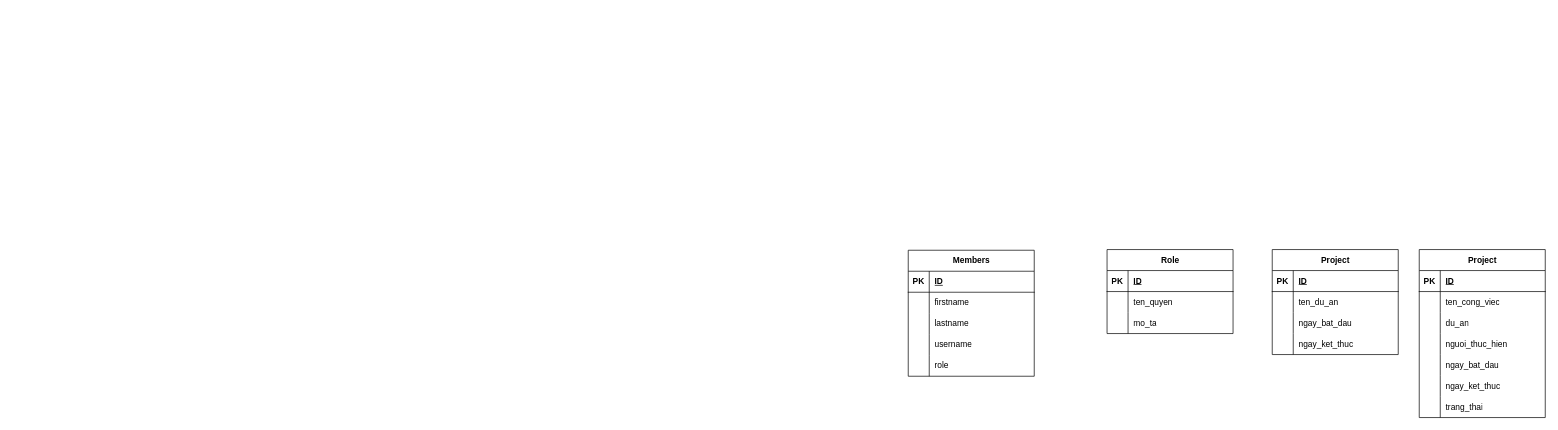
The draw.io diagram DataBase/Untitled Diagram.drawio in dangphuc1902/java_cybersoft, before the edit. Source tidied: cells renumbered, new cells numbered last; positions are measured from the earlier drawing's top-left corner, leaving out a move shared by most shapes. Both pictures are drawn from the tidied source at 70%, with x=0, y=0 at pixel (908, 249).
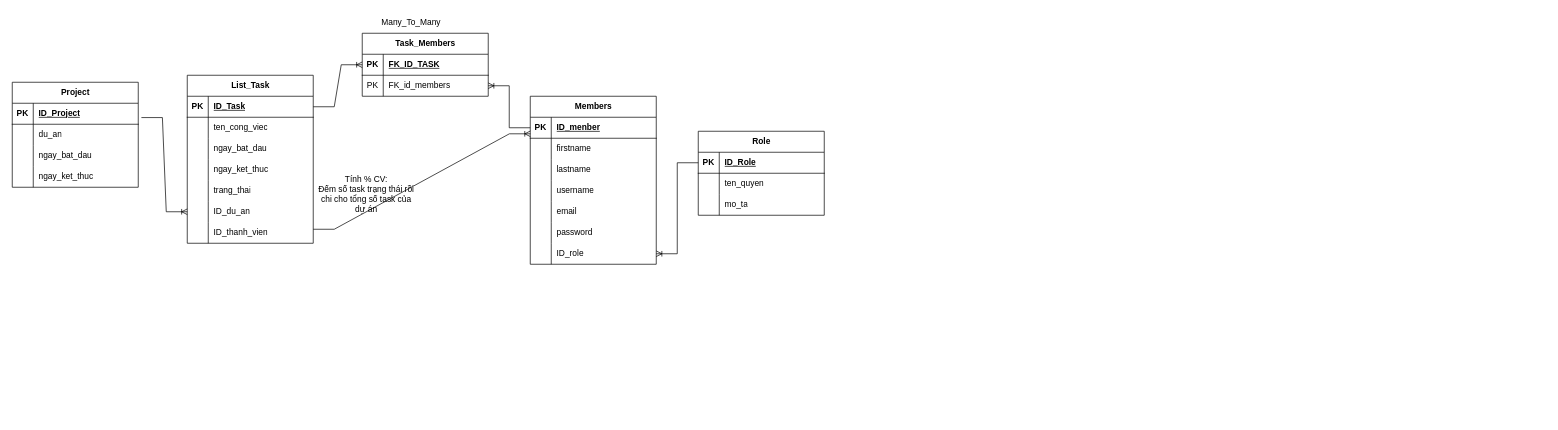
After the change.

The change refers to these unchanged cells:
```xml
<mxCell id="3" style="shape=tableRow;horizontal=0;startSize=0;swimlaneHead=0;swimlaneBody=0;fillColor=none;points=[[0,0.5],[1,0.5]];portConstraint=eastwest;top=0;left=0;right=0;bottom=1;" parent="2" vertex="1">
  <mxGeometry y="30" width="180" height="30" as="geometry" />
</mxCell>
<mxCell id="13" style="shape=tableRow;horizontal=0;startSize=0;swimlaneHead=0;swimlaneBody=0;fillColor=none;points=[[0,0.5],[1,0.5]];portConstraint=eastwest;top=0;left=0;right=0;bottom=1;" parent="12" vertex="1">
  <mxGeometry y="30" width="180" height="30" as="geometry" />
</mxCell>
<mxCell id="29" style="shape=tableRow;horizontal=0;startSize=0;swimlaneHead=0;swimlaneBody=0;fillColor=none;points=[[0,0.5],[1,0.5]];portConstraint=eastwest;top=0;left=0;right=0;bottom=1;" parent="28" vertex="1">
  <mxGeometry y="30" width="180" height="30" as="geometry" />
</mxCell>
<mxCell id="32" style="shape=tableRow;horizontal=0;startSize=0;swimlaneHead=0;swimlaneBody=0;fillColor=none;top=0;left=0;right=0;bottom=0;" parent="28" vertex="1">
  <mxGeometry y="60" width="180" height="30" as="geometry" />
</mxCell>
<mxCell id="42" style="shape=tableRow;horizontal=0;startSize=0;swimlaneHead=0;swimlaneBody=0;fillColor=none;points=[[0,0.5],[1,0.5]];portConstraint=eastwest;top=0;left=0;right=0;bottom=1;" parent="41" vertex="1">
  <mxGeometry y="30" width="180" height="30" as="geometry" />
</mxCell>
```

What changed in the source:
```diff
@@
     <mxCell id="2" value="Role" style="shape=table;startSize=30;childLayout=tableLayout;rowLines=0;fontStyle=1;align=center;html=1;" parent="1" vertex="1">
-      <mxGeometry x="284" width="180" height="120" as="geometry" />
+      <mxGeometry x="-300" y="-169" width="180" height="120" as="geometry" />
     </mxCell>
@@
-    <mxCell id="5" value="ID" style="shape=partialRectangle;fillColor=none;top=0;left=0;bottom=0;right=0;align=left;spacingLeft=6;fontStyle=5;overflow=hidden;whiteSpace=wrap;html=1;" parent="3" vertex="1">
+    <mxCell id="5" value="ID_Role" style="shape=partialRectangle;fillColor=none;top=0;left=0;bottom=0;right=0;align=left;spacingLeft=6;fontStyle=5;overflow=hidden;whiteSpace=wrap;html=1;" parent="3" vertex="1">
       <mxGeometry x="30" width="150" height="30" as="geometry" />
     </mxCell>
@@
     <mxCell id="12" value="Members" style="shape=table;startSize=30;childLayout=tableLayout;rowLines=0;fontStyle=1;align=center;html=1;" parent="1" vertex="1">
-      <mxGeometry y="1" width="180" height="180" as="geometry" />
+      <mxGeometry x="-540" y="-219" width="180" height="240" as="geometry" />
     </mxCell>
@@
-    <mxCell id="15" value="ID" style="shape=partialRectangle;fillColor=none;top=0;left=0;bottom=0;right=0;align=left;spacingLeft=6;fontStyle=5;overflow=hidden;whiteSpace=wrap;html=1;" parent="13" vertex="1">
+    <mxCell id="15" value="ID_menber" style="shape=partialRectangle;fillColor=none;top=0;left=0;bottom=0;right=0;align=left;spacingLeft=6;fontStyle=5;overflow=hidden;whiteSpace=wrap;html=1;" parent="13" vertex="1">
       <mxGeometry x="30" width="150" height="30" as="geometry" />
     </mxCell>
@@
+    <mxCell id="51" style="shape=tableRow;horizontal=0;startSize=0;swimlaneHead=0;swimlaneBody=0;fillColor=none;top=0;left=0;right=0;bottom=0;" parent="12" vertex="1">
+      <mxGeometry y="120" width="180" height="30" as="geometry" />
+    </mxCell>
+    <mxCell id="63" style="shape=partialRectangle;fillColor=none;top=0;left=0;bottom=0;right=0;overflow=hidden;whiteSpace=wrap;html=1;" parent="51" vertex="1">
+      <mxGeometry width="30" height="30" as="geometry" />
+    </mxCell>
+    <mxCell id="64" value="username" style="shape=partialRectangle;fillColor=none;top=0;left=0;bottom=0;right=0;align=left;spacingLeft=6;overflow=hidden;whiteSpace=wrap;html=1;" parent="51" vertex="1">
+      <mxGeometry x="30" width="150" height="30" as="geometry" />
+    </mxCell>
+    <mxCell id="65" style="shape=tableRow;horizontal=0;startSize=0;swimlaneHead=0;swimlaneBody=0;fillColor=none;top=0;left=0;right=0;bottom=0;" parent="12" vertex="1">
+      <mxGeometry y="150" width="180" height="30" as="geometry" />
+    </mxCell>
+    <mxCell id="66" style="shape=partialRectangle;fillColor=none;top=0;left=0;bottom=0;right=0;overflow=hidden;whiteSpace=wrap;html=1;" parent="65" vertex="1">
+      <mxGeometry width="30" height="30" as="geometry" />
+    </mxCell>
+    <mxCell id="67" value="email" style="shape=partialRectangle;fillColor=none;top=0;left=0;bottom=0;right=0;align=left;spacingLeft=6;overflow=hidden;whiteSpace=wrap;html=1;" parent="65" vertex="1">
+      <mxGeometry x="30" width="150" height="30" as="geometry" />
+    </mxCell>
     <mxCell id="22" style="shape=tableRow;horizontal=0;startSize=0;swimlaneHead=0;swimlaneBody=0;fillColor=none;top=0;left=0;right=0;bottom=0;" parent="12" vertex="1">
-      <mxGeometry y="120" width="180" height="30" as="geometry" />
+      <mxGeometry y="180" width="180" height="30" as="geometry" />
     </mxCell>
@@
-    <mxCell id="24" value="username" style="shape=partialRectangle;fillColor=none;top=0;left=0;bottom=0;right=0;align=left;spacingLeft=6;overflow=hidden;whiteSpace=wrap;html=1;" parent="22" vertex="1">
+    <mxCell id="24" value="password" style="shape=partialRectangle;fillColor=none;top=0;left=0;bottom=0;right=0;align=left;spacingLeft=6;overflow=hidden;whiteSpace=wrap;html=1;" parent="22" vertex="1">
       <mxGeometry x="30" width="150" height="30" as="geometry" />
     </mxCell>
     <mxCell id="25" style="shape=tableRow;horizontal=0;startSize=0;swimlaneHead=0;swimlaneBody=0;fillColor=none;points=[[0,0.5],[1,0.5]];portConstraint=eastwest;top=0;left=0;right=0;bottom=0;" parent="12" vertex="1">
-      <mxGeometry y="150" width="180" height="30" as="geometry" />
+      <mxGeometry y="210" width="180" height="30" as="geometry" />
     </mxCell>
@@
-    <mxCell id="27" value="role" style="shape=partialRectangle;fillColor=none;top=0;left=0;bottom=0;right=0;align=left;spacingLeft=6;overflow=hidden;whiteSpace=wrap;html=1;" parent="25" vertex="1">
+    <mxCell id="27" value="ID_role" style="shape=partialRectangle;fillColor=none;top=0;left=0;bottom=0;right=0;align=left;spacingLeft=6;overflow=hidden;whiteSpace=wrap;html=1;" parent="25" vertex="1">
       <mxGeometry x="30" width="150" height="30" as="geometry" />
     </mxCell>
     <mxCell id="28" value="Project" style="shape=table;startSize=30;childLayout=tableLayout;rowLines=0;fontStyle=1;align=center;html=1;" parent="1" vertex="1">
-      <mxGeometry x="520" width="180" height="150" as="geometry" />
+      <mxGeometry x="-1280" y="-239" width="180" height="150" as="geometry" />
     </mxCell>
@@
-    <mxCell id="31" value="ID" style="shape=partialRectangle;fillColor=none;top=0;left=0;bottom=0;right=0;align=left;spacingLeft=6;fontStyle=5;overflow=hidden;whiteSpace=wrap;html=1;" parent="29" vertex="1">
+    <mxCell id="31" value="ID_Project" style="shape=partialRectangle;fillColor=none;top=0;left=0;bottom=0;right=0;align=left;spacingLeft=6;fontStyle=5;overflow=hidden;whiteSpace=wrap;html=1;" parent="29" vertex="1">
       <mxGeometry x="30" width="150" height="30" as="geometry" />
     </mxCell>
@@
-    <mxCell id="34" value="ten_du_an" style="shape=partialRectangle;fillColor=none;top=0;left=0;bottom=0;right=0;align=left;spacingLeft=6;overflow=hidden;whiteSpace=wrap;html=1;" parent="32" vertex="1">
+    <mxCell id="34" value="du_an" style="shape=partialRectangle;fillColor=none;top=0;left=0;bottom=0;right=0;align=left;spacingLeft=6;overflow=hidden;whiteSpace=wrap;html=1;" parent="32" vertex="1">
       <mxGeometry x="30" width="150" height="30" as="geometry" />
     </mxCell>
@@
-    <mxCell id="41" value="Project" style="shape=table;startSize=30;childLayout=tableLayout;rowLines=0;fontStyle=1;align=center;html=1;" parent="1" vertex="1">
-      <mxGeometry x="730" width="180" height="240" as="geometry" />
+    <mxCell id="41" value="List_Task" style="shape=table;startSize=30;childLayout=tableLayout;rowLines=0;fontStyle=1;align=center;html=1;" parent="1" vertex="1">
+      <mxGeometry x="-1030" y="-249" width="180" height="240" as="geometry" />
     </mxCell>
@@
-    <mxCell id="44" value="ID" style="shape=partialRectangle;fillColor=none;top=0;left=0;bottom=0;right=0;align=left;spacingLeft=6;fontStyle=5;overflow=hidden;whiteSpace=wrap;html=1;" parent="42" vertex="1">
+    <mxCell id="44" value="ID_Task" style="shape=partialRectangle;fillColor=none;top=0;left=0;bottom=0;right=0;align=left;spacingLeft=6;fontStyle=5;overflow=hidden;whiteSpace=wrap;html=1;" parent="42" vertex="1">
       <mxGeometry x="30" width="150" height="30" as="geometry" />
     </mxCell>
@@
-    <mxCell id="48" style="shape=tableRow;horizontal=0;startSize=0;swimlaneHead=0;swimlaneBody=0;fillColor=none;top=0;left=0;right=0;bottom=0;" parent="41" vertex="1">
-      <mxGeometry y="90" width="180" height="30" as="geometry" />
-    </mxCell>
-    <mxCell id="49" style="shape=partialRectangle;fillColor=none;top=0;left=0;bottom=0;right=0;overflow=hidden;whiteSpace=wrap;html=1;" parent="48" vertex="1">
-      <mxGeometry width="30" height="30" as="geometry" />
-    </mxCell>
-    <mxCell id="50" value="du_an" style="shape=partialRectangle;fillColor=none;top=0;left=0;bottom=0;right=0;align=left;spacingLeft=6;overflow=hidden;whiteSpace=wrap;html=1;" parent="48" vertex="1">
-      <mxGeometry x="30" width="150" height="30" as="geometry" />
-    </mxCell>
-    <mxCell id="51" style="shape=tableRow;horizontal=0;startSize=0;swimlaneHead=0;swimlaneBody=0;fillColor=none;top=0;left=0;right=0;bottom=0;" parent="41" vertex="1">
-      <mxGeometry y="120" width="180" height="30" as="geometry" />
-    </mxCell>
-    <mxCell id="52" style="shape=partialRectangle;fillColor=none;top=0;left=0;bottom=0;right=0;overflow=hidden;whiteSpace=wrap;html=1;" parent="51" vertex="1">
-      <mxGeometry width="30" height="30" as="geometry" />
-    </mxCell>
-    <mxCell id="53" value="nguoi_thuc_hien" style="shape=partialRectangle;fillColor=none;top=0;left=0;bottom=0;right=0;align=left;spacingLeft=6;overflow=hidden;whiteSpace=wrap;html=1;" parent="51" vertex="1">
-      <mxGeometry x="30" width="150" height="30" as="geometry" />
-    </mxCell>
     <mxCell id="54" style="shape=tableRow;horizontal=0;startSize=0;swimlaneHead=0;swimlaneBody=0;fillColor=none;top=0;left=0;right=0;bottom=0;" parent="41" vertex="1">
-      <mxGeometry y="150" width="180" height="30" as="geometry" />
+      <mxGeometry y="90" width="180" height="30" as="geometry" />
     </mxCell>
@@
     <mxCell id="57" style="shape=tableRow;horizontal=0;startSize=0;swimlaneHead=0;swimlaneBody=0;fillColor=none;top=0;left=0;right=0;bottom=0;" parent="41" vertex="1">
-      <mxGeometry y="180" width="180" height="30" as="geometry" />
+      <mxGeometry y="120" width="180" height="30" as="geometry" />
     </mxCell>
@@
     <mxCell id="60" style="shape=tableRow;horizontal=0;startSize=0;swimlaneHead=0;swimlaneBody=0;fillColor=none;top=0;left=0;right=0;bottom=0;" parent="41" vertex="1">
-      <mxGeometry y="210" width="180" height="30" as="geometry" />
+      <mxGeometry y="150" width="180" height="30" as="geometry" />
     </mxCell>
@@
+    <mxCell id="68" style="shape=tableRow;horizontal=0;startSize=0;swimlaneHead=0;swimlaneBody=0;fillColor=none;points=[[0,0.5],[1,0.5]];portConstraint=eastwest;top=0;left=0;right=0;bottom=0;" parent="41" vertex="1">
+      <mxGeometry y="180" width="180" height="30" as="geometry" />
+    </mxCell>
+    <mxCell id="69" style="shape=partialRectangle;fillColor=none;top=0;left=0;bottom=0;right=0;overflow=hidden;whiteSpace=wrap;html=1;" parent="68" vertex="1">
+      <mxGeometry width="30" height="30" as="geometry" />
+    </mxCell>
+    <mxCell id="70" value="ID_du_an" style="shape=partialRectangle;fillColor=none;top=0;left=0;bottom=0;right=0;align=left;spacingLeft=6;overflow=hidden;whiteSpace=wrap;html=1;" parent="68" vertex="1">
+      <mxGeometry x="30" width="150" height="30" as="geometry" />
+    </mxCell>
+    <mxCell id="71" style="shape=tableRow;horizontal=0;startSize=0;swimlaneHead=0;swimlaneBody=0;fillColor=none;top=0;left=0;right=0;bottom=0;" parent="41" vertex="1">
+      <mxGeometry y="210" width="180" height="30" as="geometry" />
+    </mxCell>
+    <mxCell id="72" style="shape=partialRectangle;fillColor=none;top=0;left=0;bottom=0;right=0;overflow=hidden;whiteSpace=wrap;html=1;" parent="71" vertex="1">
+      <mxGeometry width="30" height="30" as="geometry" />
+    </mxCell>
+    <mxCell id="73" value="ID_thanh_vien" style="shape=partialRectangle;fillColor=none;top=0;left=0;bottom=0;right=0;align=left;spacingLeft=6;overflow=hidden;whiteSpace=wrap;html=1;" parent="71" vertex="1">
+      <mxGeometry x="30" width="150" height="30" as="geometry" />
+    </mxCell>
+    <mxCell id="74" style="edgeStyle=entityRelationEdgeStyle;fontSize=12;html=1;endArrow=ERoneToMany;rounded=0;exitX=0;exitY=0.5;exitDx=0;exitDy=0;entryX=1;entryY=0.5;entryDx=0;entryDy=0;" parent="1" edge="1" source="3" target="25">
+      <mxGeometry relative="1" as="geometry" />
+    </mxCell>
+    <mxCell id="75" style="edgeStyle=entityRelationEdgeStyle;fontSize=12;html=1;endArrow=ERoneToMany;rounded=0;exitX=1.025;exitY=0.682;exitDx=0;exitDy=0;exitPerimeter=0;entryX=0;entryY=0.5;entryDx=0;entryDy=0;" parent="1" edge="1" source="29" target="68">
+      <mxGeometry relative="1" as="geometry" />
+    </mxCell>
+    <mxCell id="76" value="Task_Members" style="shape=table;startSize=30;childLayout=tableLayout;rowLines=0;fontStyle=1;align=center;html=1;" parent="1" vertex="1">
+      <mxGeometry x="-780" y="-309" width="180" height="90" as="geometry" />
+    </mxCell>
+    <mxCell id="77" style="shape=tableRow;horizontal=0;startSize=0;swimlaneHead=0;swimlaneBody=0;fillColor=none;points=[[0,0.5],[1,0.5]];portConstraint=eastwest;top=0;left=0;right=0;bottom=1;" parent="76" vertex="1">
+      <mxGeometry y="30" width="180" height="30" as="geometry" />
+    </mxCell>
+    <mxCell id="78" value="PK" style="shape=partialRectangle;fillColor=none;top=0;left=0;bottom=0;right=0;fontStyle=1;overflow=hidden;whiteSpace=wrap;html=1;" parent="77" vertex="1">
+      <mxGeometry width="30" height="30" as="geometry" />
+    </mxCell>
+    <mxCell id="79" value="FK_ID_TASK" style="shape=partialRectangle;fillColor=none;top=0;left=0;bottom=0;right=0;align=left;spacingLeft=6;fontStyle=5;overflow=hidden;whiteSpace=wrap;html=1;" parent="77" vertex="1">
+      <mxGeometry x="30" width="150" height="30" as="geometry" />
+    </mxCell>
+    <mxCell id="80" style="shape=tableRow;horizontal=0;startSize=0;swimlaneHead=0;swimlaneBody=0;fillColor=none;points=[[0,0.5],[1,0.5]];portConstraint=eastwest;top=0;left=0;right=0;bottom=0;" parent="76" vertex="1">
+      <mxGeometry y="60" width="180" height="30" as="geometry" />
+    </mxCell>
+    <mxCell id="81" value="PK" style="shape=partialRectangle;fillColor=none;top=0;left=0;bottom=0;right=0;overflow=hidden;whiteSpace=wrap;html=1;" parent="80" vertex="1">
+      <mxGeometry width="30" height="30" as="geometry" />
+    </mxCell>
+    <mxCell id="82" value="FK_id_members" style="shape=partialRectangle;fillColor=none;top=0;left=0;bottom=0;right=0;align=left;spacingLeft=6;overflow=hidden;whiteSpace=wrap;html=1;" parent="80" vertex="1">
+      <mxGeometry x="30" width="150" height="30" as="geometry" />
+    </mxCell>
+    <mxCell id="83" style="edgeStyle=entityRelationEdgeStyle;fontSize=12;html=1;endArrow=ERoneToMany;rounded=0;exitX=1;exitY=0.5;exitDx=0;exitDy=0;entryX=0;entryY=0.5;entryDx=0;entryDy=0;" parent="1" edge="1" source="42" target="77">
+      <mxGeometry relative="1" as="geometry">
+        <Array as="points">
+          <mxPoint x="-900" y="61" />
+        </Array>
+      </mxGeometry>
+    </mxCell>
+    <mxCell id="84" style="edgeStyle=entityRelationEdgeStyle;fontSize=12;html=1;endArrow=ERoneToMany;rounded=0;entryX=1;entryY=0.5;entryDx=0;entryDy=0;exitX=0;exitY=0.5;exitDx=0;exitDy=0;" parent="1" edge="1" source="13" target="80">
+      <mxGeometry relative="1" as="geometry">
+        <Array as="points">
+          <mxPoint x="-670" y="-9" />
+          <mxPoint x="-670" y="-179" />
+          <mxPoint x="-660" y="1" />
+          <mxPoint x="-590" y="-239" />
+        </Array>
+      </mxGeometry>
+    </mxCell>
+    <mxCell id="85" value="Many_To_Many" style="text;html=1;strokeColor=none;fillColor=none;align=center;verticalAlign=middle;whiteSpace=wrap;rounded=0;" parent="1" vertex="1">
+      <mxGeometry x="-770" y="-339" width="120" height="30" as="geometry" />
+    </mxCell>
+    <mxCell id="86" value="Tính % CV: &lt;br&gt;Đếm số task trạng thái rồi chi cho tổng số task của dự án" style="text;html=1;strokeColor=none;fillColor=none;align=center;verticalAlign=middle;whiteSpace=wrap;rounded=0;" parent="1" vertex="1">
+      <mxGeometry x="-844" y="-109" width="140" height="60" as="geometry" />
+    </mxCell>
+    <mxCell id="87" style="edgeStyle=entityRelationEdgeStyle;fontSize=12;html=1;endArrow=ERoneToMany;rounded=0;exitX=1.025;exitY=0.682;exitDx=0;exitDy=0;exitPerimeter=0;entryX=0.001;entryY=0.788;entryDx=0;entryDy=0;entryPerimeter=0;" parent="1" edge="1" target="13">
+      <mxGeometry relative="1" as="geometry">
+        <mxPoint x="-850" y="-29" as="sourcePoint" />
+      </mxGeometry>
+    </mxCell>
```
